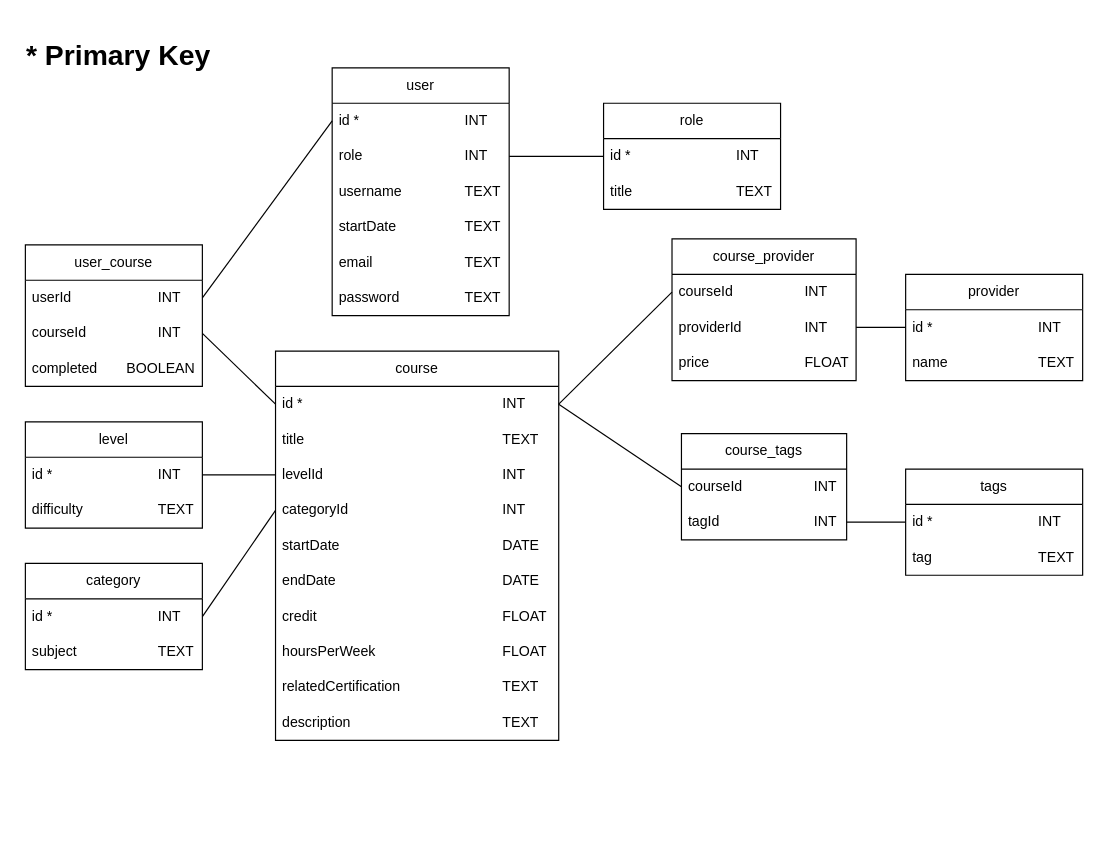
This is diagrams/database design/er_diagram.drawio from Chrissivert/WebApp-Learniverse-Connect, a draw.io file, before an edit. Source tidied: cells renumbered, new cells numbered last; positions are measured from the earlier drawing's top-left corner, leaving out a move shared by most shapes. Both pictures are drawn from the tidied source at 118%, with x=0, y=0 at pixel (20, 32).
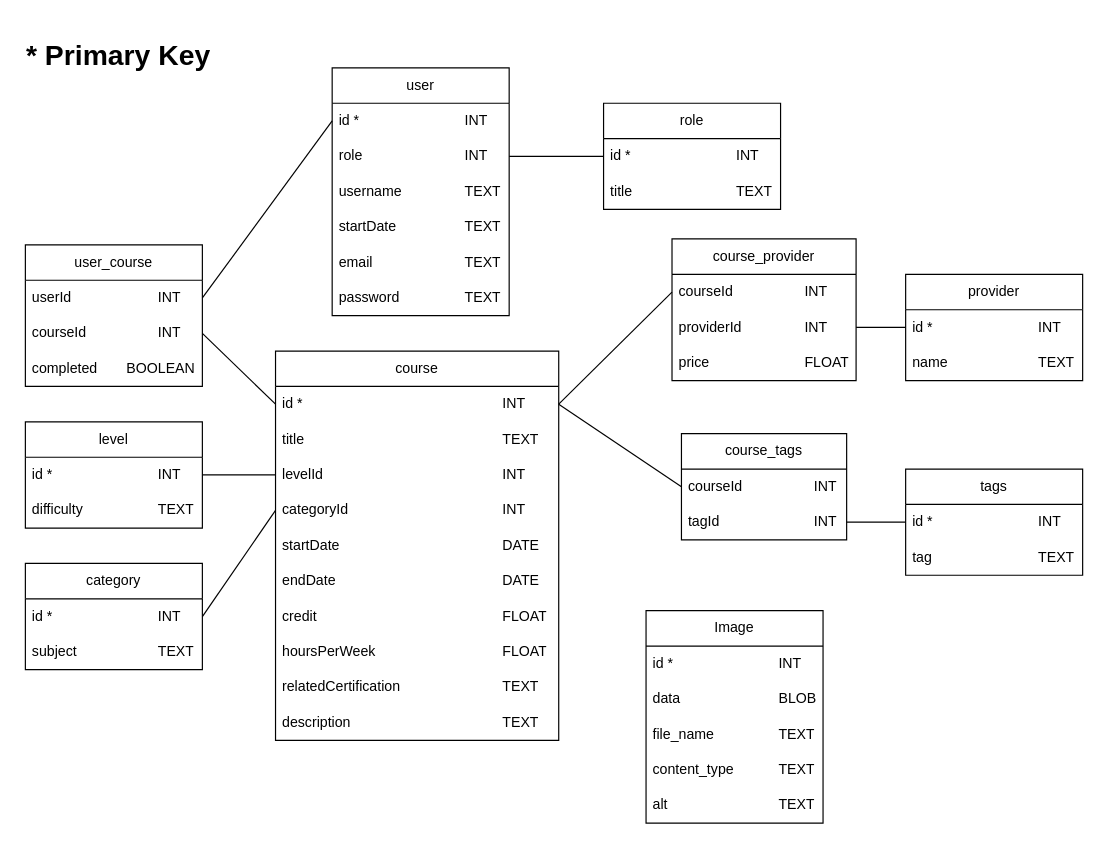
The same diagram, later.

Commit message:
updated database schema to include image

The edit, as a diff of the source:
```diff
@@
+    <mxCell id="56" value="Image" style="swimlane;fontStyle=0;horizontal=1;startSize=30;whiteSpace=wrap;html=1;" parent="1" vertex="1">
+      <mxGeometry x="530" y="490" width="150" height="180" as="geometry" />
+    </mxCell>
+    <mxCell id="57" value="id *&lt;span style=&quot;white-space: pre;&quot;&gt;&#9;&lt;/span&gt;&lt;span style=&quot;white-space: pre;&quot;&gt;&#9;&lt;/span&gt;&lt;span style=&quot;white-space: pre;&quot;&gt;&#9;&lt;/span&gt;&lt;span style=&quot;white-space: pre;&quot;&gt;&#9;&lt;/span&gt;INT" style="text;strokeColor=none;fillColor=none;align=left;verticalAlign=middle;spacingLeft=4;spacingRight=4;overflow=hidden;whiteSpace=wrap;html=1;" parent="56" vertex="1">
+      <mxGeometry y="30" width="150" height="30" as="geometry" />
+    </mxCell>
+    <mxCell id="58" value="data&lt;span style=&quot;white-space: pre;&quot;&gt;&#9;&lt;/span&gt;&lt;span style=&quot;white-space: pre;&quot;&gt;&#9;&lt;/span&gt;&lt;span style=&quot;white-space: pre;&quot;&gt;&#9;&lt;/span&gt;&lt;span style=&quot;white-space: pre;&quot;&gt;&#9;&lt;/span&gt;BLOB" style="text;strokeColor=none;fillColor=none;align=left;verticalAlign=middle;spacingLeft=4;spacingRight=4;overflow=hidden;whiteSpace=wrap;html=1;" parent="56" vertex="1">
+      <mxGeometry y="60" width="150" height="30" as="geometry" />
+    </mxCell>
+    <mxCell id="59" value="file_name&lt;span style=&quot;white-space: pre;&quot;&gt;&#9;&lt;/span&gt;&lt;span style=&quot;white-space: pre;&quot;&gt;&#9;&lt;/span&gt;TEXT" style="text;strokeColor=none;fillColor=none;align=left;verticalAlign=middle;spacingLeft=4;spacingRight=4;overflow=hidden;whiteSpace=wrap;html=1;" parent="56" vertex="1">
+      <mxGeometry y="90" width="150" height="30" as="geometry" />
+    </mxCell>
+    <mxCell id="60" value="content_type&lt;span style=&quot;white-space: pre;&quot;&gt;&#9;&lt;/span&gt;&lt;span style=&quot;white-space: pre;&quot;&gt;&#9;&lt;/span&gt;TEXT" style="text;strokeColor=none;fillColor=none;align=left;verticalAlign=middle;spacingLeft=4;spacingRight=4;overflow=hidden;whiteSpace=wrap;html=1;" parent="56" vertex="1">
+      <mxGeometry y="120" width="150" height="30" as="geometry" />
+    </mxCell>
+    <mxCell id="61" value="alt&lt;span style=&quot;white-space: pre;&quot;&gt;&#9;&lt;/span&gt;&lt;span style=&quot;white-space: pre;&quot;&gt;&#9;&lt;/span&gt;&lt;span style=&quot;white-space: pre;&quot;&gt;&#9;&lt;/span&gt;&lt;span style=&quot;white-space: pre;&quot;&gt;&#9;&lt;/span&gt;TEXT" style="text;strokeColor=none;fillColor=none;align=left;verticalAlign=middle;spacingLeft=4;spacingRight=4;overflow=hidden;whiteSpace=wrap;html=1;" parent="56" vertex="1">
+      <mxGeometry y="150" width="150" height="30" as="geometry" />
+    </mxCell>
```
